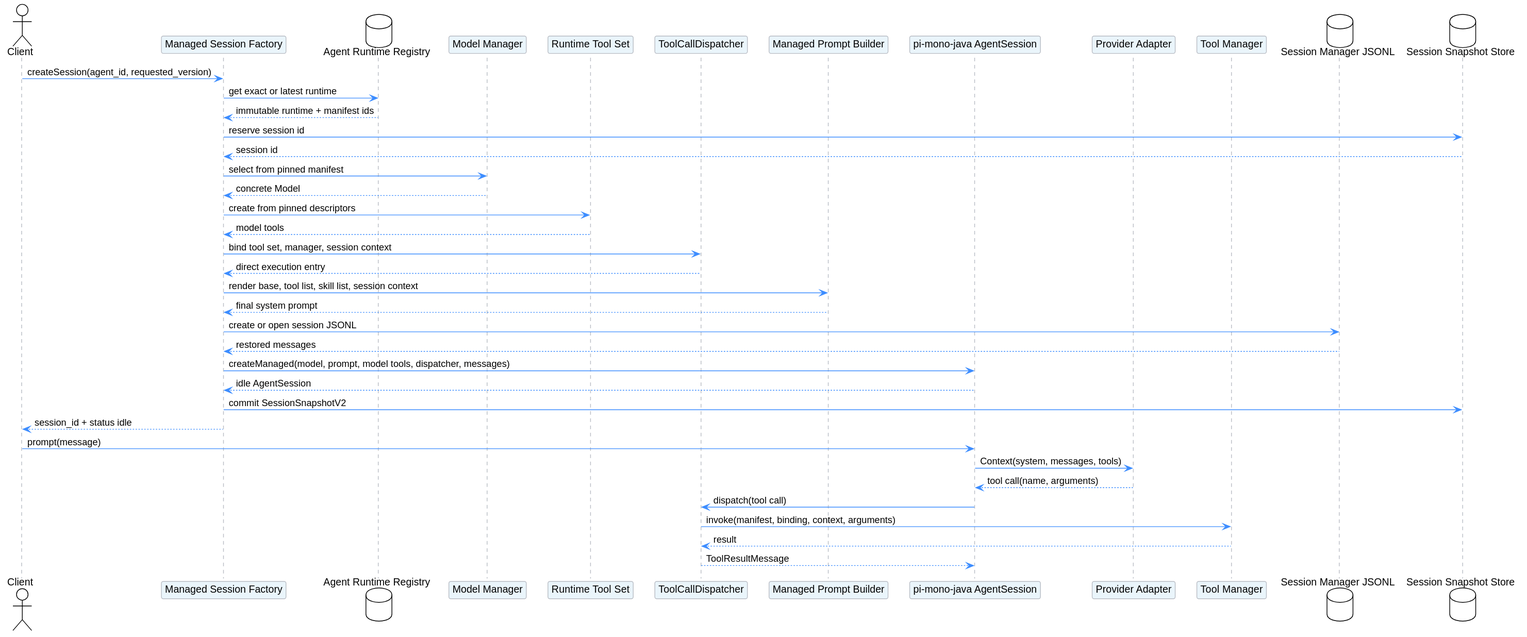
superheromeZzh/pi-mono-java-design keeps this PlantUML diagram as managed-agent-session/pi_session_creation.svg. Above is the earlier version.
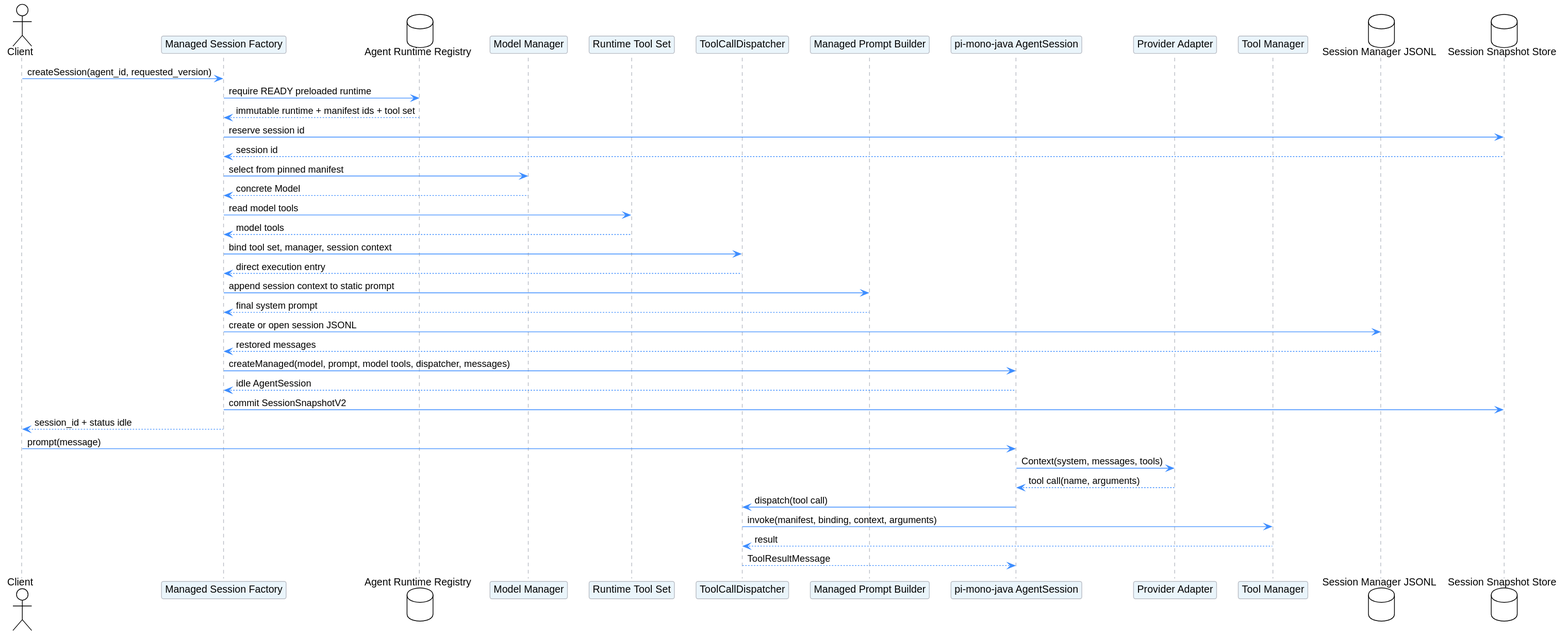
Later version of the same file.

Commit message:
docs: require eager agent runtime bootstrap

Change to the diagram source:
```diff
@@ -22,17 +22,17 @@
 database "Session Snapshot Store" as Store
 
 Client -> Factory: createSession(agent_id, requested_version)
-Factory -> Registry: get exact or latest runtime
-Registry --> Factory: immutable runtime + manifest ids
+Factory -> Registry: require READY preloaded runtime
+Registry --> Factory: immutable runtime + manifest ids + tool set
 Factory -> Store: reserve session id
 Store --> Factory: session id
 Factory -> ModelManager: select from pinned manifest
 ModelManager --> Factory: concrete Model
-Factory -> ToolSet: create from pinned descriptors
+Factory -> ToolSet: read model tools
 ToolSet --> Factory: model tools
 Factory -> Dispatcher: bind tool set, manager, session context
 Dispatcher --> Factory: direct execution entry
-Factory -> Prompt: render base, tool list, skill list, session context
+Factory -> Prompt: append session context to static prompt
 Prompt --> Factory: final system prompt
 Factory -> History: create or open session JSONL
 History --> Factory: restored messages
```
